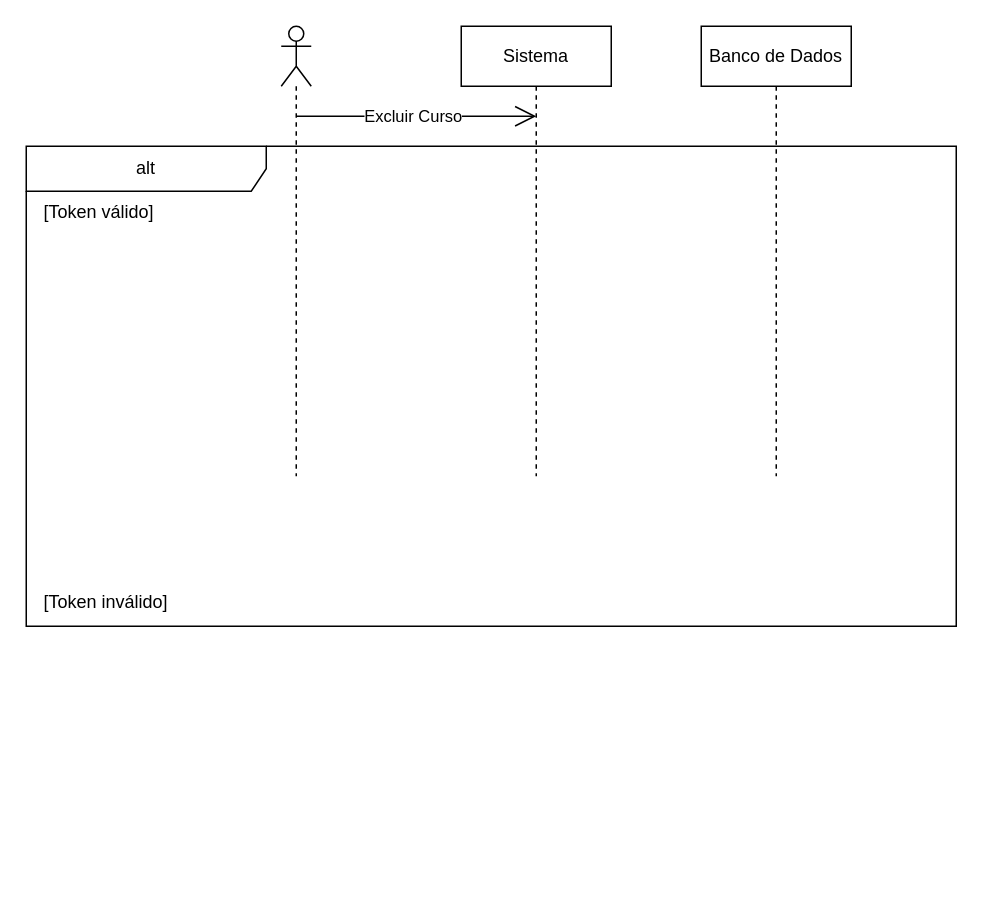
Above: page "Excluir Curso" (15 of 22) of diagramas/sequencias.drawio in lauraesilva-design/SistemaGest-o-Escolar (draw.io), before the change. Source tidied: cells renumbered, new cells numbered last; positions are measured from the earlier drawing's top-left corner, leaving out a move shared by most shapes. Both pictures are drawn from the tidied source at 150%, with x=0, y=0 at pixel (26, 26).
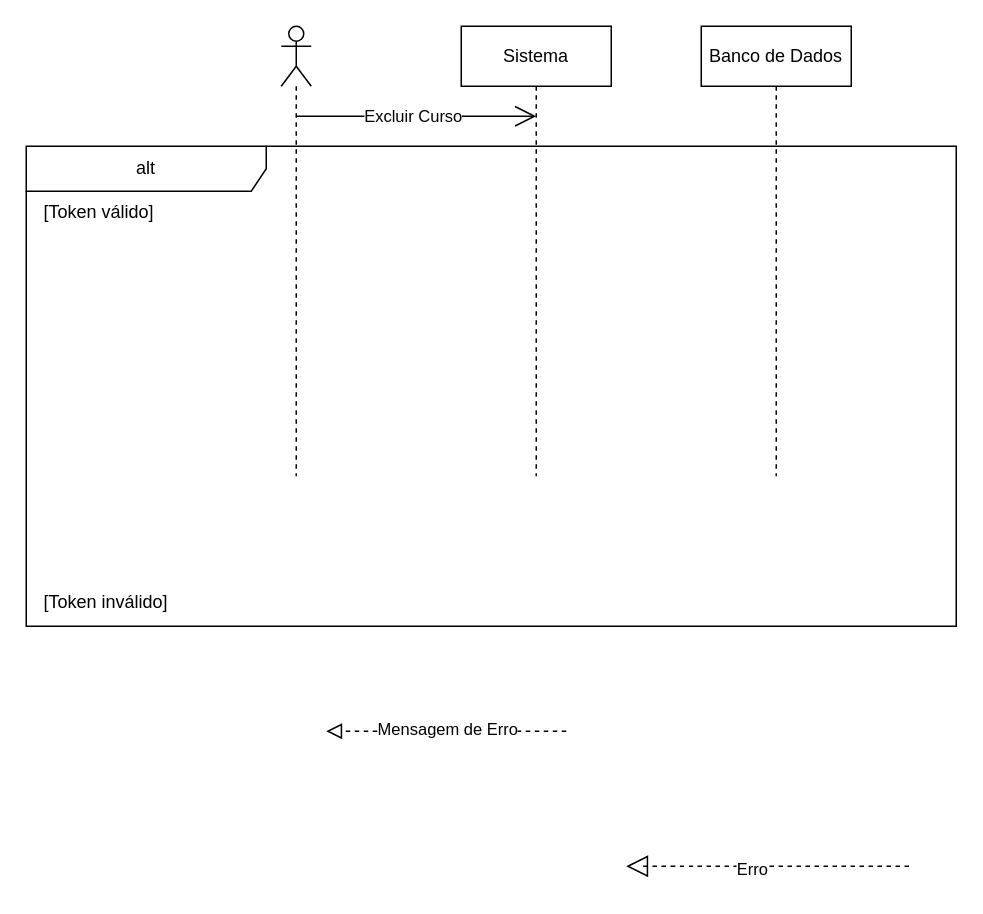
The same page after the edit.

Diff of the diagram source:
```diff
@@
+    <mxCell id="10" style="endArrow=block;startArrow=none;endFill=0;startFill=0;endSize=8;html=1;verticalAlign=bottom;dashed=1;labelBackgroundColor=none;" parent="1" edge="1">
+      <mxGeometry relative="1" as="geometry">
+        <mxPoint x="360" y="470" as="sourcePoint" />
+        <mxPoint x="200" y="470" as="targetPoint" />
+      </mxGeometry>
+    </mxCell>
+    <mxCell id="11" value="Mensagem de Erro" style="edgeLabel;html=1;align=center;verticalAlign=middle;" parent="10" vertex="1">
+      <mxGeometry relative="1" as="geometry">
+        <mxPoint y="-2" as="offset" />
+      </mxGeometry>
+    </mxCell>
+    <mxCell id="12" style="endArrow=block;dashed=1;endFill=0;endSize=12;html=1;" parent="1" edge="1">
+      <mxGeometry relative="1" as="geometry">
+        <mxPoint x="588.5" y="560" as="sourcePoint" />
+        <mxPoint x="400" y="560" as="targetPoint" />
+        <Array as="points">
+          <mxPoint x="510.5" y="560" />
+          <mxPoint x="460" y="560" />
+          <mxPoint x="440" y="560" />
+          <mxPoint x="420" y="560" />
+          <mxPoint x="410" y="560" />
+        </Array>
+      </mxGeometry>
+    </mxCell>
+    <mxCell id="13" value="Erro" style="edgeLabel;html=1;align=center;verticalAlign=middle;" parent="12" vertex="1">
+      <mxGeometry x="0.06" y="1" relative="1" as="geometry">
+        <mxPoint x="-5" as="offset" />
+      </mxGeometry>
+    </mxCell>
```
